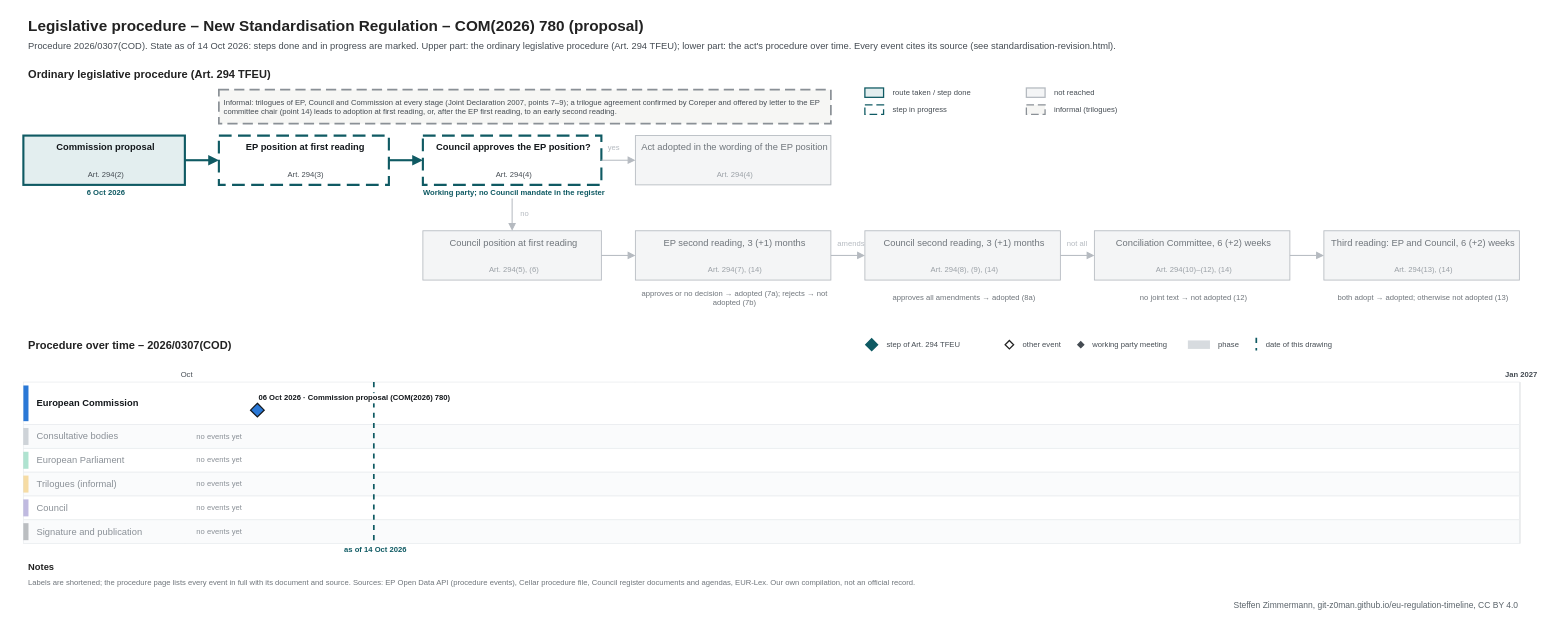
This is procedures/standardisation-revision.drawio from git-z0man/eu-regulation-timeline, a draw.io file, before an edit. Source tidied: cells renumbered, new cells numbered last; positions are measured from the earlier drawing's top-left corner, leaving out a move shared by most shapes. Both pictures are drawn from the tidied source at 85%, with x=0, y=0 at pixel (14, 14).
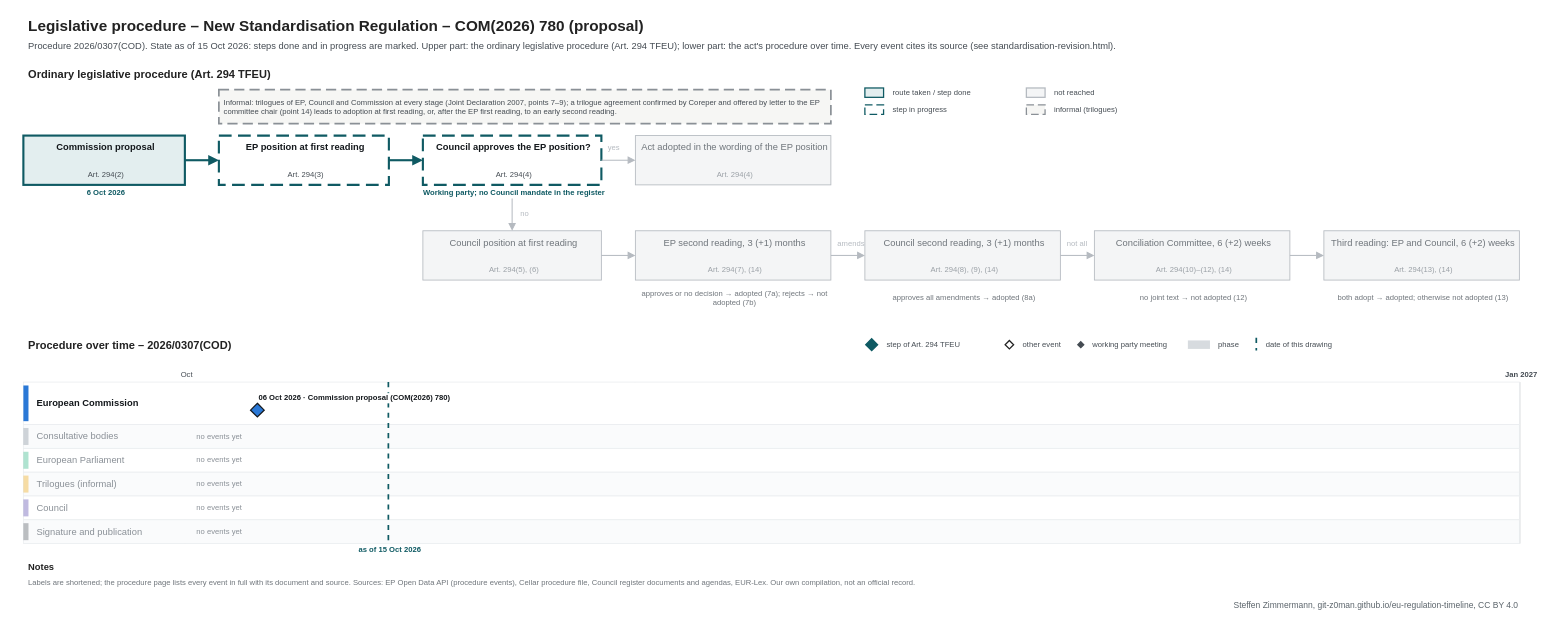
The same diagram, later.

The edit, as a diff of the source:
```diff
@@
-    <mxCell id="3" value="Procedure 2026/0307(COD). State as of 14 Oct 2026: steps done and in progress are marked. Upper part: the ordinary legislative procedure (Art. 294 TFEU); lower part: the act's procedure over time. Every event cites its source (see standardisation-revision.html)." style="text;html=1;fontSize=11;fontColor=#454c53;align=left;verticalAlign=middle;spacingLeft=4;" parent="1" vertex="1">
+    <mxCell id="3" value="Procedure 2026/0307(COD). State as of 15 Oct 2026: steps done and in progress are marked. Upper part: the ordinary legislative procedure (Art. 294 TFEU); lower part: the act's procedure over time. Every event cites its source (see standardisation-revision.html)." style="text;html=1;fontSize=11;fontColor=#454c53;align=left;verticalAlign=middle;spacingLeft=4;" parent="1" vertex="1">
       <mxGeometry x="10" y="28" width="1700" height="18" as="geometry" />
     </mxCell>
@@
     <mxCell id="100" style="line;html=1;strokeWidth=2;strokeColor=#0f5a63;direction=south;dashed=1;" parent="1" vertex="1">
-      <mxGeometry x="421.8" y="432" width="1" height="190" as="geometry" />
+      <mxGeometry x="438.9" y="432" width="1" height="190" as="geometry" />
     </mxCell>
-    <mxCell id="101" value="as of 14 Oct 2026" style="text;html=1;fontSize=9;fontColor=#0f5a63;align=center;verticalAlign=middle;spacingLeft=4;fontStyle=1;" parent="1" vertex="1">
-      <mxGeometry x="361.8" y="623" width="120" height="12" as="geometry" />
+    <mxCell id="101" value="as of 15 Oct 2026" style="text;html=1;fontSize=9;fontColor=#0f5a63;align=center;verticalAlign=middle;spacingLeft=4;fontStyle=1;" parent="1" vertex="1">
+      <mxGeometry x="378.9" y="623" width="120" height="12" as="geometry" />
     </mxCell>
```
